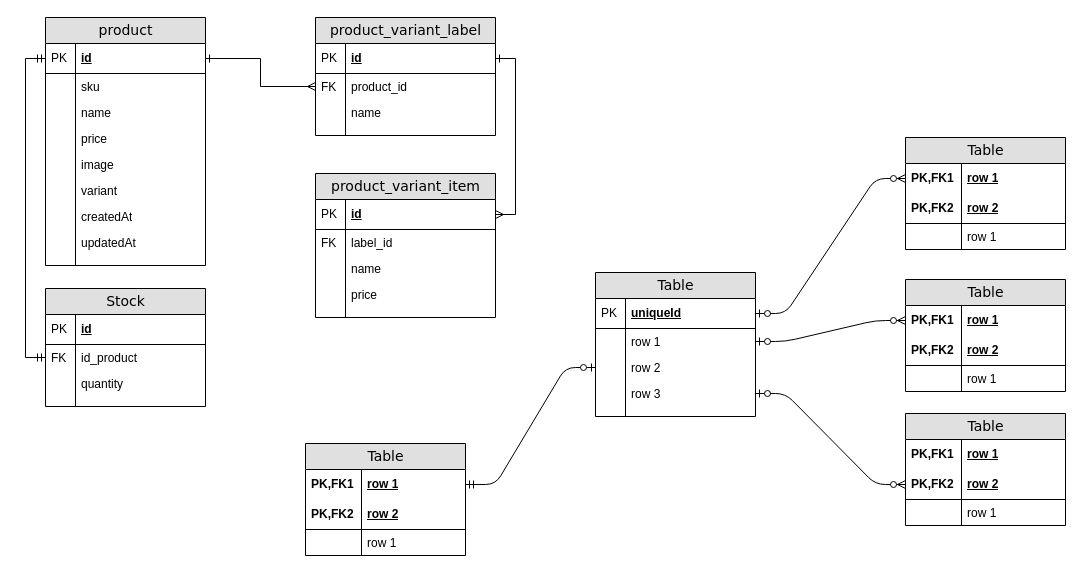
Before: UMKM-toolkit.drawio in yogiprsetya/app.diagrams.net, a draw.io diagram. Source tidied: cells renumbered, new cells numbered last; positions are measured from the earlier drawing's top-left corner, leaving out a move shared by most shapes. Both pictures are drawn from the tidied source at 100%, with x=0, y=0 at pixel (45, 17).
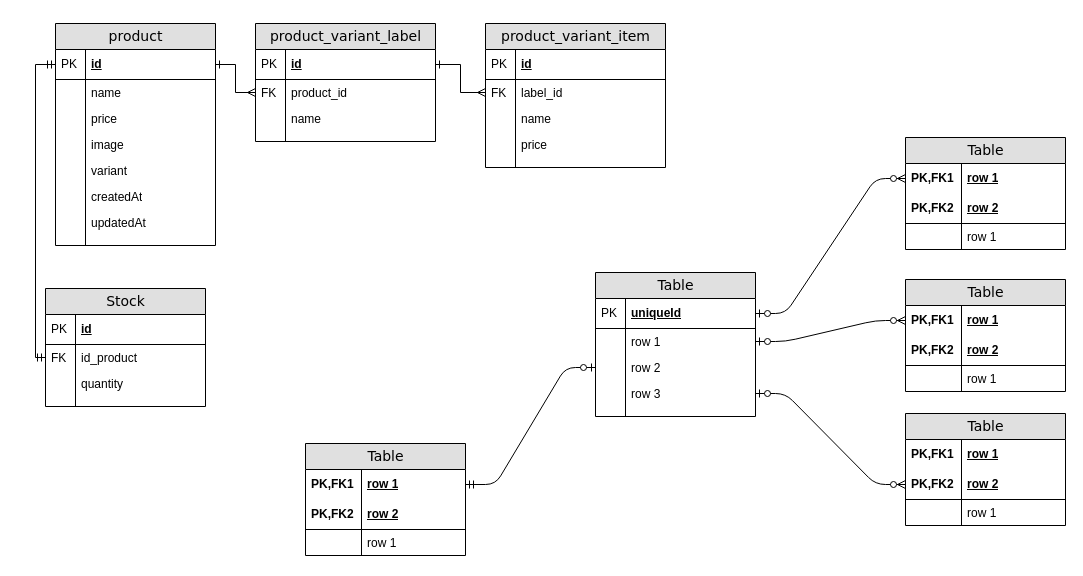
Above is the later version.

The change refers to these unchanged cells:
```xml
<mxCell id="3" value="id" style="shape=partialRectangle;top=0;left=0;right=0;bottom=1;html=1;align=left;verticalAlign=middle;fillColor=none;spacingLeft=34;spacingRight=4;whiteSpace=wrap;overflow=hidden;points=[[0,0.5],[1,0.5]];portConstraint=eastwest;fontStyle=5;" parent="2" vertex="1">
  <mxGeometry y="26" width="180" height="30" as="geometry" />
</mxCell>
<mxCell id="12" value="id" style="shape=partialRectangle;top=0;left=0;right=0;bottom=1;html=1;align=left;verticalAlign=middle;fillColor=none;spacingLeft=34;spacingRight=4;whiteSpace=wrap;overflow=hidden;points=[[0,0.5],[1,0.5]];portConstraint=eastwest;fontStyle=5;" parent="11" vertex="1">
  <mxGeometry y="26" width="160" height="30" as="geometry" />
</mxCell>
<mxCell id="76" value="id_product" style="shape=partialRectangle;top=0;left=0;right=0;bottom=0;html=1;align=left;verticalAlign=top;fillColor=none;spacingLeft=34;spacingRight=4;whiteSpace=wrap;overflow=hidden;points=[[0,0.5],[1,0.5]];portConstraint=eastwest;" parent="73" vertex="1">
  <mxGeometry y="56" width="160" height="26" as="geometry" />
</mxCell>
<mxCell id="84" value="id" style="shape=partialRectangle;top=0;left=0;right=0;bottom=1;html=1;align=left;verticalAlign=middle;fillColor=none;spacingLeft=34;spacingRight=4;whiteSpace=wrap;overflow=hidden;points=[[0,0.5],[1,0.5]];portConstraint=eastwest;fontStyle=5;" parent="83" vertex="1">
  <mxGeometry y="26" width="180" height="30" as="geometry" />
</mxCell>
<mxCell id="86" value="label_id" style="shape=partialRectangle;top=0;left=0;right=0;bottom=0;html=1;align=left;verticalAlign=top;fillColor=none;spacingLeft=34;spacingRight=4;whiteSpace=wrap;overflow=hidden;points=[[0,0.5],[1,0.5]];portConstraint=eastwest;" parent="83" vertex="1">
  <mxGeometry y="56" width="180" height="26" as="geometry" />
</mxCell>
```

Change to the diagram source:
```diff
@@
     <mxCell id="2" value="product_variant_label" style="swimlane;html=1;fontStyle=0;horizontal=1;startSize=26;fillColor=#e0e0e0;swimlaneFillColor=#ffffff;align=center;rounded=0;shadow=0;comic=0;labelBackgroundColor=none;strokeWidth=1;fontFamily=Verdana;fontSize=14;swimlaneLine=1;" parent="1" vertex="1">
-      <mxGeometry x="270" width="180" height="118" as="geometry" />
+      <mxGeometry x="210" y="6" width="180" height="118" as="geometry" />
     </mxCell>
@@
     <mxCell id="11" value="product" style="swimlane;html=1;fontStyle=0;horizontal=1;startSize=26;fillColor=#e0e0e0;swimlaneFillColor=#ffffff;align=center;rounded=0;shadow=0;comic=0;labelBackgroundColor=none;strokeWidth=1;fontFamily=Verdana;fontSize=14;" parent="1" vertex="1">
-      <mxGeometry width="160" height="248" as="geometry" />
+      <mxGeometry x="10" y="6" width="160" height="222" as="geometry" />
     </mxCell>
@@
-    <mxCell id="14" value="sku" style="shape=partialRectangle;top=0;left=0;right=0;bottom=0;html=1;align=left;verticalAlign=top;fillColor=none;spacingLeft=34;spacingRight=4;whiteSpace=wrap;overflow=hidden;" parent="11" vertex="1">
-      <mxGeometry y="56" width="160" height="26" as="geometry" />
-    </mxCell>
-    <mxCell id="15" style="shape=partialRectangle;top=0;left=0;bottom=0;html=1;fillColor=none;align=left;verticalAlign=top;spacingLeft=4;spacingRight=4;whiteSpace=wrap;overflow=hidden;" parent="14" vertex="1">
-      <mxGeometry width="30" height="26" as="geometry" />
-    </mxCell>
     <mxCell id="16" value="name" style="shape=partialRectangle;top=0;left=0;right=0;bottom=0;html=1;align=left;verticalAlign=top;fillColor=none;spacingLeft=34;spacingRight=4;whiteSpace=wrap;overflow=hidden;" parent="11" vertex="1">
-      <mxGeometry y="82" width="160" height="26" as="geometry" />
+      <mxGeometry y="56" width="160" height="26" as="geometry" />
     </mxCell>
@@
     <mxCell id="18" value="price" style="shape=partialRectangle;top=0;left=0;right=0;bottom=0;html=1;align=left;verticalAlign=top;fillColor=none;spacingLeft=34;spacingRight=4;whiteSpace=wrap;overflow=hidden;" parent="11" vertex="1">
-      <mxGeometry y="108" width="160" height="26" as="geometry" />
+      <mxGeometry y="82" width="160" height="26" as="geometry" />
     </mxCell>
@@
     <mxCell id="20" value="image" style="shape=partialRectangle;top=0;left=0;right=0;bottom=0;html=1;align=left;verticalAlign=top;fillColor=none;spacingLeft=34;spacingRight=4;whiteSpace=wrap;overflow=hidden;" parent="11" vertex="1">
-      <mxGeometry y="134" width="160" height="26" as="geometry" />
+      <mxGeometry y="108" width="160" height="26" as="geometry" />
     </mxCell>
@@
     <mxCell id="22" value="variant" style="shape=partialRectangle;top=0;left=0;right=0;bottom=0;html=1;align=left;verticalAlign=top;fillColor=none;spacingLeft=34;spacingRight=4;whiteSpace=wrap;overflow=hidden;" parent="11" vertex="1">
-      <mxGeometry y="160" width="160" height="26" as="geometry" />
+      <mxGeometry y="134" width="160" height="26" as="geometry" />
     </mxCell>
@@
     <mxCell id="24" value="createdAt" style="shape=partialRectangle;top=0;left=0;right=0;bottom=0;html=1;align=left;verticalAlign=top;fillColor=none;spacingLeft=34;spacingRight=4;whiteSpace=wrap;overflow=hidden;" parent="11" vertex="1">
-      <mxGeometry y="186" width="160" height="26" as="geometry" />
+      <mxGeometry y="160" width="160" height="26" as="geometry" />
     </mxCell>
@@
     <mxCell id="26" value="updatedAt" style="shape=partialRectangle;top=0;left=0;right=0;bottom=0;html=1;align=left;verticalAlign=top;fillColor=none;spacingLeft=34;spacingRight=4;whiteSpace=wrap;overflow=hidden;" parent="11" vertex="1">
-      <mxGeometry y="212" width="160" height="26" as="geometry" />
+      <mxGeometry y="186" width="160" height="26" as="geometry" />
     </mxCell>
@@
     <mxCell id="28" style="shape=partialRectangle;top=0;left=0;right=0;bottom=0;html=1;align=left;verticalAlign=top;fillColor=none;spacingLeft=34;spacingRight=4;whiteSpace=wrap;overflow=hidden;" parent="11" vertex="1">
-      <mxGeometry y="238" width="160" height="10" as="geometry" />
+      <mxGeometry y="212" width="160" height="10" as="geometry" />
     </mxCell>
@@
     <mxCell id="82" style="edgeStyle=orthogonalEdgeStyle;rounded=0;jettySize=auto;html=1;entryX=0;entryY=0.5;entryDx=0;entryDy=0;startArrow=ERmandOne;startFill=0;endArrow=ERmandOne;endFill=0;" parent="1" edge="1" source="76" target="12">
-      <mxGeometry relative="1" as="geometry" />
+      <mxGeometry relative="1" as="geometry">
+        <Array as="points">
+          <mxPoint x="-10" y="340" />
+          <mxPoint x="-10" y="47" />
+        </Array>
+      </mxGeometry>
     </mxCell>
     <mxCell id="83" value="product_variant_item" style="swimlane;html=1;fontStyle=0;horizontal=1;startSize=26;fillColor=#e0e0e0;swimlaneFillColor=#ffffff;align=center;rounded=0;shadow=0;comic=0;labelBackgroundColor=none;strokeWidth=1;fontFamily=Verdana;fontSize=14;swimlaneLine=1;" parent="1" vertex="1">
-      <mxGeometry x="270" y="156" width="180" height="144" as="geometry" />
+      <mxGeometry x="440" y="6" width="180" height="144" as="geometry" />
     </mxCell>
@@
-    <mxCell id="96" style="edgeStyle=orthogonalEdgeStyle;rounded=0;jettySize=auto;html=1;entryX=1;entryY=0.5;entryDx=0;entryDy=0;endArrow=ERone;endFill=0;startArrow=ERmany;startFill=0;" parent="1" edge="1" source="84" target="3">
-      <mxGeometry relative="1" as="geometry">
-        <Array as="points">
-          <mxPoint x="470" y="197" />
-          <mxPoint x="470" y="41" />
-        </Array>
-      </mxGeometry>
+    <mxCell id="96" style="edgeStyle=orthogonalEdgeStyle;rounded=0;jettySize=auto;html=1;entryX=1;entryY=0.5;entryDx=0;entryDy=0;endArrow=ERone;endFill=0;startArrow=ERmany;startFill=0;exitX=0;exitY=0.5;exitDx=0;exitDy=0;" parent="1" edge="1" source="86" target="3">
+      <mxGeometry relative="1" as="geometry" />
     </mxCell>
```
